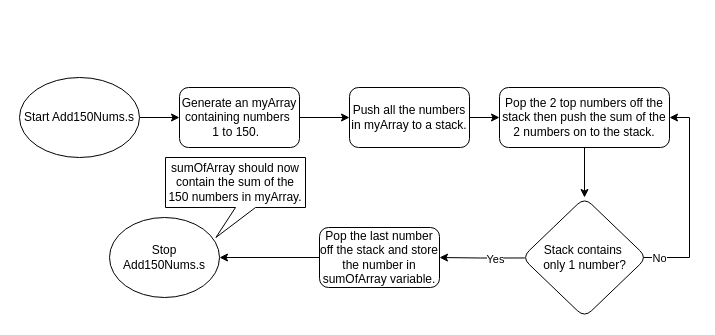
Above: ECE 255/Add150NumbersFlowChart.drawio in amirabdullahi1/gold (draw.io), before the change. Source tidied: cells renumbered, new cells numbered last; positions are measured from the earlier drawing's top-left corner, leaving out a move shared by most shapes. Both pictures are drawn from the tidied source at 100%, with x=0, y=0 at pixel (19, 77).
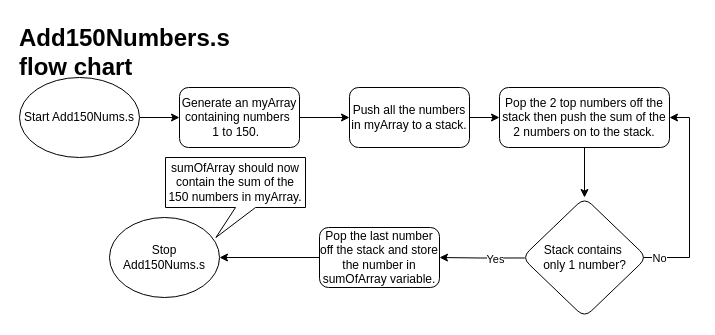
The same page after the edit.

The edit, as a diff of the source:
```diff
@@
+    <mxCell id="19" value="&lt;h1 style=&quot;margin-top: 0px;&quot;&gt;&lt;span style=&quot;background-color: initial;&quot;&gt;Add150Numbers.s flow chart&lt;/span&gt;&lt;/h1&gt;" style="text;html=1;whiteSpace=wrap;overflow=hidden;rounded=0;" parent="1" vertex="1">
+      <mxGeometry x="-2" y="-60" width="220" height="60" as="geometry" />
+    </mxCell>
```
